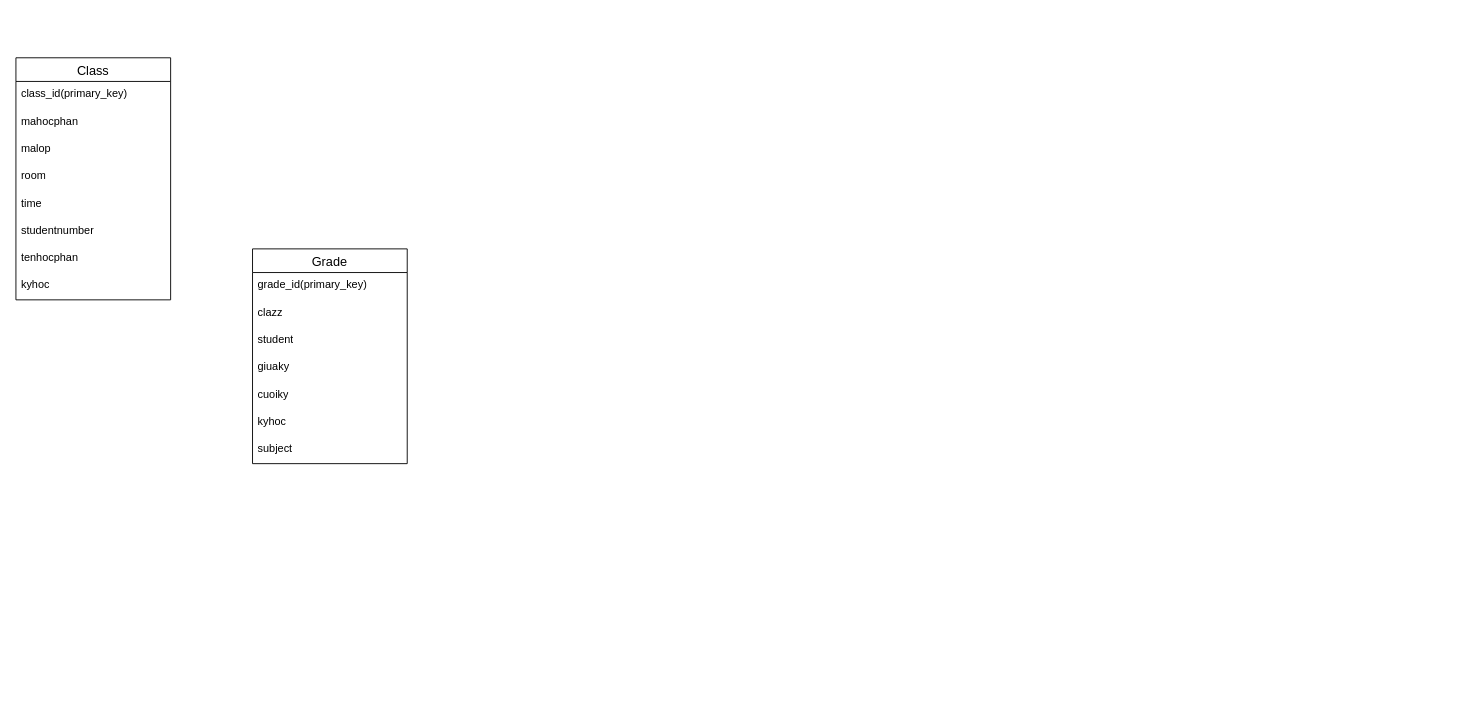
Before: ltnv.drawio in hieunv2011/StudentManagement_Backend, a draw.io diagram. Source tidied: cells renumbered, new cells numbered last; positions are measured from the earlier drawing's top-left corner, leaving out a move shared by most shapes. Both pictures are drawn from the tidied source at 91%, with x=0, y=0 at pixel (15, 57).
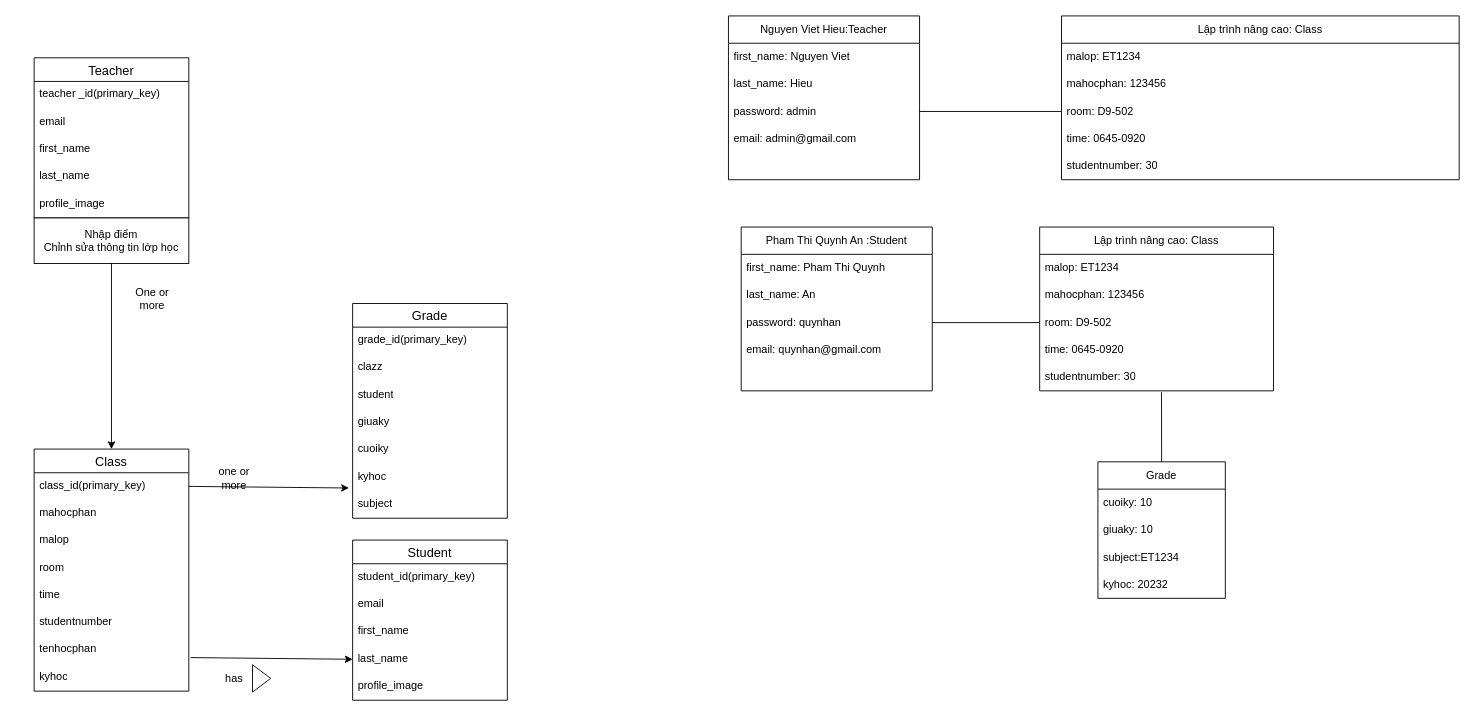
Above is the later version.

The change refers to these unchanged cells:
```xml
<mxCell id="3" value="class_id(primary_key)" style="text;strokeColor=none;fillColor=none;spacingLeft=4;spacingRight=4;overflow=hidden;points=[[0,0.5],[1,0.5]];portConstraint=eastwest;fontSize=12;whiteSpace=wrap;html=1;" parent="2" vertex="1">
  <mxGeometry y="26" width="170" height="30" as="geometry" />
</mxCell>
<mxCell id="9" value="tenhocphan" style="text;strokeColor=none;fillColor=none;spacingLeft=4;spacingRight=4;overflow=hidden;points=[[0,0.5],[1,0.5]];portConstraint=eastwest;fontSize=12;whiteSpace=wrap;html=1;" parent="2" vertex="1">
  <mxGeometry y="206" width="170" height="30" as="geometry" />
</mxCell>
<mxCell id="18" value="subject" style="text;strokeColor=none;fillColor=none;spacingLeft=4;spacingRight=4;overflow=hidden;points=[[0,0.5],[1,0.5]];portConstraint=eastwest;fontSize=12;whiteSpace=wrap;html=1;" parent="11" vertex="1">
  <mxGeometry y="206" width="170" height="30" as="geometry" />
</mxCell>
```

What changed in the source:
```diff
@@
     <mxCell id="2" value="Class" style="swimlane;fontStyle=0;horizontal=1;startSize=26;align=center;fontSize=14;" parent="1" vertex="1">
-      <mxGeometry width="170" height="266" as="geometry" />
+      <mxGeometry x="20" y="430" width="170" height="266" as="geometry" />
     </mxCell>
@@
     <mxCell id="11" value="Grade" style="swimlane;fontStyle=0;horizontal=1;startSize=26;align=center;fontSize=14;" parent="1" vertex="1">
-      <mxGeometry x="260" y="210" width="170" height="236" as="geometry" />
+      <mxGeometry x="370" y="270" width="170" height="236" as="geometry" />
     </mxCell>
@@
+    <mxCell id="19" value="Student" style="swimlane;fontStyle=0;horizontal=1;startSize=26;align=center;fontSize=14;" parent="1" vertex="1">
+      <mxGeometry x="370" y="530" width="170" height="176" as="geometry" />
+    </mxCell>
+    <mxCell id="20" value="student_id(primary_key)" style="text;strokeColor=none;fillColor=none;spacingLeft=4;spacingRight=4;overflow=hidden;fontSize=12;whiteSpace=wrap;html=1;" parent="19" vertex="1">
+      <mxGeometry y="26" width="170" height="30" as="geometry" />
+    </mxCell>
+    <mxCell id="21" value="email" style="text;strokeColor=none;fillColor=none;spacingLeft=4;spacingRight=4;overflow=hidden;fontSize=12;whiteSpace=wrap;html=1;" parent="19" vertex="1">
+      <mxGeometry y="56" width="170" height="30" as="geometry" />
+    </mxCell>
+    <mxCell id="22" value="first_name" style="text;strokeColor=none;fillColor=none;spacingLeft=4;spacingRight=4;overflow=hidden;fontSize=12;whiteSpace=wrap;html=1;" parent="19" vertex="1">
+      <mxGeometry y="86" width="170" height="30" as="geometry" />
+    </mxCell>
+    <mxCell id="23" value="last_name" style="text;strokeColor=none;fillColor=none;spacingLeft=4;spacingRight=4;overflow=hidden;points=[[0,0.5],[1,0.5]];portConstraint=eastwest;fontSize=12;whiteSpace=wrap;html=1;" parent="19" vertex="1">
+      <mxGeometry y="116" width="170" height="30" as="geometry" />
+    </mxCell>
+    <mxCell id="24" value="profile_image" style="text;strokeColor=none;fillColor=none;spacingLeft=4;spacingRight=4;overflow=hidden;fontSize=12;whiteSpace=wrap;html=1;" parent="19" vertex="1">
+      <mxGeometry y="146" width="170" height="30" as="geometry" />
+    </mxCell>
+    <mxCell id="25" value="Teacher" style="swimlane;fontStyle=0;horizontal=1;startSize=26;align=center;fontSize=14;" parent="1" vertex="1">
+      <mxGeometry x="20" width="170" height="176" as="geometry" />
+    </mxCell>
+    <mxCell id="26" value="teacher _id(primary_key)" style="text;strokeColor=none;fillColor=none;spacingLeft=4;spacingRight=4;overflow=hidden;fontSize=12;whiteSpace=wrap;html=1;" parent="25" vertex="1">
+      <mxGeometry y="26" width="170" height="30" as="geometry" />
+    </mxCell>
+    <mxCell id="27" value="email" style="text;strokeColor=none;fillColor=none;spacingLeft=4;spacingRight=4;overflow=hidden;fontSize=12;whiteSpace=wrap;html=1;" parent="25" vertex="1">
+      <mxGeometry y="56" width="170" height="30" as="geometry" />
+    </mxCell>
+    <mxCell id="28" value="first_name" style="text;strokeColor=none;fillColor=none;spacingLeft=4;spacingRight=4;overflow=hidden;fontSize=12;whiteSpace=wrap;html=1;" parent="25" vertex="1">
+      <mxGeometry y="86" width="170" height="30" as="geometry" />
+    </mxCell>
+    <mxCell id="29" value="last_name" style="text;strokeColor=none;fillColor=none;spacingLeft=4;spacingRight=4;overflow=hidden;fontSize=12;whiteSpace=wrap;html=1;" parent="25" vertex="1">
+      <mxGeometry y="116" width="170" height="30" as="geometry" />
+    </mxCell>
+    <mxCell id="30" value="profile_image" style="text;strokeColor=none;fillColor=none;spacingLeft=4;spacingRight=4;overflow=hidden;fontSize=12;whiteSpace=wrap;html=1;" parent="25" vertex="1">
+      <mxGeometry y="146" width="170" height="30" as="geometry" />
+    </mxCell>
+    <mxCell id="31" value="Nhập điểm&lt;div&gt;Chỉnh sửa thông tin lớp học&lt;/div&gt;" style="rounded=0;whiteSpace=wrap;html=1;" parent="1" vertex="1">
+      <mxGeometry x="20" y="176" width="170" height="50" as="geometry" />
+    </mxCell>
+    <mxCell id="32" style="endArrow=classic;html=1;rounded=0;exitX=1.011;exitY=0.771;exitDx=0;exitDy=0;exitPerimeter=0;entryX=0;entryY=0.5;entryDx=0;entryDy=0;" parent="1" edge="1" source="9" target="23">
+      <mxGeometry relative="1" as="geometry" />
+    </mxCell>
+    <mxCell id="33" value="has" style="text;html=1;align=center;verticalAlign=middle;whiteSpace=wrap;rounded=0;" parent="1" vertex="1">
+      <mxGeometry x="210" y="667" width="60" height="30" as="geometry" />
+    </mxCell>
+    <mxCell id="34" style="triangle;whiteSpace=wrap;html=1;" parent="1" vertex="1">
+      <mxGeometry x="260" y="667" width="20" height="30" as="geometry" />
+    </mxCell>
+    <mxCell id="35" style="endArrow=classic;html=1;rounded=0;exitX=0.5;exitY=1;exitDx=0;exitDy=0;entryX=0.5;entryY=0;entryDx=0;entryDy=0;" parent="1" edge="1" source="31" target="2">
+      <mxGeometry relative="1" as="geometry" />
+    </mxCell>
+    <mxCell id="36" value="One or more" style="text;html=1;align=center;verticalAlign=middle;whiteSpace=wrap;rounded=0;" parent="1" vertex="1">
+      <mxGeometry x="120" y="250" width="60" height="30" as="geometry" />
+    </mxCell>
+    <mxCell id="37" style="endArrow=classic;html=1;rounded=0;exitX=1;exitY=0.5;exitDx=0;exitDy=0;entryX=-0.024;entryY=-0.108;entryDx=0;entryDy=0;entryPerimeter=0;" parent="1" edge="1" source="3" target="18">
+      <mxGeometry relative="1" as="geometry" />
+    </mxCell>
+    <mxCell id="38" value="one or more" style="text;html=1;align=center;verticalAlign=middle;whiteSpace=wrap;rounded=0;" parent="1" vertex="1">
+      <mxGeometry x="210" y="447" width="60" height="30" as="geometry" />
+    </mxCell>
+    <mxCell id="39" value="Lập trình nâng cao: Class" style="swimlane;fontStyle=0;horizontal=1;startSize=30;whiteSpace=wrap;html=1;" parent="1" vertex="1">
+      <mxGeometry x="1149" y="-46" width="437" height="180" as="geometry" />
+    </mxCell>
+    <mxCell id="40" value="malop: ET1234" style="text;strokeColor=none;fillColor=none;align=left;verticalAlign=middle;spacingLeft=4;spacingRight=4;overflow=hidden;whiteSpace=wrap;html=1;" parent="39" vertex="1">
+      <mxGeometry y="30" width="437" height="30" as="geometry" />
+    </mxCell>
+    <mxCell id="41" value="mahocphan: 123456" style="text;strokeColor=none;fillColor=none;align=left;verticalAlign=middle;spacingLeft=4;spacingRight=4;overflow=hidden;whiteSpace=wrap;html=1;" parent="39" vertex="1">
+      <mxGeometry y="60" width="437" height="30" as="geometry" />
+    </mxCell>
+    <mxCell id="42" value="room: D9-502" style="text;strokeColor=none;fillColor=none;align=left;verticalAlign=middle;spacingLeft=4;spacingRight=4;overflow=hidden;points=[[0,0.5],[1,0.5]];portConstraint=eastwest;whiteSpace=wrap;html=1;" parent="39" vertex="1">
+      <mxGeometry y="90" width="437" height="30" as="geometry" />
+    </mxCell>
+    <mxCell id="43" value="time: 0645-0920&amp;nbsp;" style="text;strokeColor=none;fillColor=none;align=left;verticalAlign=middle;spacingLeft=4;spacingRight=4;overflow=hidden;whiteSpace=wrap;html=1;" parent="39" vertex="1">
+      <mxGeometry y="120" width="437" height="30" as="geometry" />
+    </mxCell>
+    <mxCell id="44" value="studentnumber: 30" style="text;strokeColor=none;fillColor=none;align=left;verticalAlign=middle;spacingLeft=4;spacingRight=4;overflow=hidden;whiteSpace=wrap;html=1;" parent="39" vertex="1">
+      <mxGeometry y="150" width="437" height="30" as="geometry" />
+    </mxCell>
+    <mxCell id="45" value="Nguyen Viet Hieu:Teacher" style="swimlane;fontStyle=0;horizontal=1;startSize=30;whiteSpace=wrap;html=1;" parent="1" vertex="1">
+      <mxGeometry x="783" y="-46" width="210" height="180" as="geometry" />
+    </mxCell>
+    <mxCell id="46" value="first_name: Nguyen Viet" style="text;strokeColor=none;fillColor=none;align=left;verticalAlign=middle;spacingLeft=4;spacingRight=4;overflow=hidden;whiteSpace=wrap;html=1;" parent="45" vertex="1">
+      <mxGeometry y="30" width="210" height="30" as="geometry" />
+    </mxCell>
+    <mxCell id="47" value="last_name: Hieu" style="text;strokeColor=none;fillColor=none;align=left;verticalAlign=middle;spacingLeft=4;spacingRight=4;overflow=hidden;whiteSpace=wrap;html=1;" parent="45" vertex="1">
+      <mxGeometry y="60" width="210" height="30" as="geometry" />
+    </mxCell>
+    <mxCell id="48" value="password: admin" style="text;strokeColor=none;fillColor=none;align=left;verticalAlign=middle;spacingLeft=4;spacingRight=4;overflow=hidden;points=[[0,0.5],[1,0.5]];portConstraint=eastwest;whiteSpace=wrap;html=1;" parent="45" vertex="1">
+      <mxGeometry y="90" width="210" height="30" as="geometry" />
+    </mxCell>
+    <mxCell id="49" value="email: admin@gmail.com" style="text;strokeColor=none;fillColor=none;align=left;verticalAlign=middle;spacingLeft=4;spacingRight=4;overflow=hidden;whiteSpace=wrap;html=1;" parent="45" vertex="1">
+      <mxGeometry y="120" width="210" height="30" as="geometry" />
+    </mxCell>
+    <mxCell id="50" style="text;strokeColor=none;fillColor=none;align=left;verticalAlign=middle;spacingLeft=4;spacingRight=4;overflow=hidden;whiteSpace=wrap;html=1;" parent="45" vertex="1">
+      <mxGeometry y="150" width="210" height="30" as="geometry" />
+    </mxCell>
+    <mxCell id="51" style="endArrow=none;html=1;rounded=0;exitX=1;exitY=0.5;exitDx=0;exitDy=0;entryX=0;entryY=0.5;entryDx=0;entryDy=0;" parent="1" edge="1" source="48" target="42">
+      <mxGeometry relative="1" as="geometry" />
+    </mxCell>
+    <mxCell id="52" value="Lập trình nâng cao: Class" style="swimlane;fontStyle=0;horizontal=1;startSize=30;whiteSpace=wrap;html=1;" parent="1" vertex="1">
+      <mxGeometry x="1125" y="186" width="257" height="180" as="geometry" />
+    </mxCell>
+    <mxCell id="53" value="malop: ET1234" style="text;strokeColor=none;fillColor=none;align=left;verticalAlign=middle;spacingLeft=4;spacingRight=4;overflow=hidden;whiteSpace=wrap;html=1;" parent="52" vertex="1">
+      <mxGeometry y="30" width="257" height="30" as="geometry" />
+    </mxCell>
+    <mxCell id="54" value="mahocphan: 123456" style="text;strokeColor=none;fillColor=none;align=left;verticalAlign=middle;spacingLeft=4;spacingRight=4;overflow=hidden;whiteSpace=wrap;html=1;" parent="52" vertex="1">
+      <mxGeometry y="60" width="257" height="30" as="geometry" />
+    </mxCell>
+    <mxCell id="55" value="room: D9-502" style="text;strokeColor=none;fillColor=none;align=left;verticalAlign=middle;spacingLeft=4;spacingRight=4;overflow=hidden;points=[[0,0.5],[1,0.5]];portConstraint=eastwest;whiteSpace=wrap;html=1;" parent="52" vertex="1">
+      <mxGeometry y="90" width="257" height="30" as="geometry" />
+    </mxCell>
+    <mxCell id="56" value="time: 0645-0920&amp;nbsp;" style="text;strokeColor=none;fillColor=none;align=left;verticalAlign=middle;spacingLeft=4;spacingRight=4;overflow=hidden;whiteSpace=wrap;html=1;" parent="52" vertex="1">
+      <mxGeometry y="120" width="257" height="30" as="geometry" />
+    </mxCell>
+    <mxCell id="57" value="studentnumber: 30" style="text;strokeColor=none;fillColor=none;align=left;verticalAlign=middle;spacingLeft=4;spacingRight=4;overflow=hidden;points=[[0,0.5],[1,0.5]];portConstraint=eastwest;whiteSpace=wrap;html=1;" parent="52" vertex="1">
+      <mxGeometry y="150" width="257" height="30" as="geometry" />
+    </mxCell>
+    <mxCell id="58" value="Pham Thi Quynh An :Student" style="swimlane;fontStyle=0;horizontal=1;startSize=30;whiteSpace=wrap;html=1;" parent="1" vertex="1">
+      <mxGeometry x="797" y="186" width="210" height="180" as="geometry" />
+    </mxCell>
+    <mxCell id="59" value="first_name: Pham Thi Quynh" style="text;strokeColor=none;fillColor=none;align=left;verticalAlign=middle;spacingLeft=4;spacingRight=4;overflow=hidden;whiteSpace=wrap;html=1;" parent="58" vertex="1">
+      <mxGeometry y="30" width="210" height="30" as="geometry" />
+    </mxCell>
+    <mxCell id="60" value="last_name: An" style="text;strokeColor=none;fillColor=none;align=left;verticalAlign=middle;spacingLeft=4;spacingRight=4;overflow=hidden;whiteSpace=wrap;html=1;" parent="58" vertex="1">
+      <mxGeometry y="60" width="210" height="30" as="geometry" />
+    </mxCell>
+    <mxCell id="61" value="password: quynhan" style="text;strokeColor=none;fillColor=none;align=left;verticalAlign=middle;spacingLeft=4;spacingRight=4;overflow=hidden;points=[[0,0.5],[1,0.5]];portConstraint=eastwest;whiteSpace=wrap;html=1;" parent="58" vertex="1">
+      <mxGeometry y="90" width="210" height="30" as="geometry" />
+    </mxCell>
+    <mxCell id="62" value="email: quynhan@gmail.com" style="text;strokeColor=none;fillColor=none;align=left;verticalAlign=middle;spacingLeft=4;spacingRight=4;overflow=hidden;whiteSpace=wrap;html=1;" parent="58" vertex="1">
+      <mxGeometry y="120" width="210" height="30" as="geometry" />
+    </mxCell>
+    <mxCell id="63" style="text;strokeColor=none;fillColor=none;align=left;verticalAlign=middle;spacingLeft=4;spacingRight=4;overflow=hidden;whiteSpace=wrap;html=1;" parent="58" vertex="1">
+      <mxGeometry y="150" width="210" height="30" as="geometry" />
+    </mxCell>
+    <mxCell id="64" style="endArrow=none;html=1;rounded=0;exitX=1;exitY=0.5;exitDx=0;exitDy=0;entryX=0;entryY=0.5;entryDx=0;entryDy=0;" parent="1" edge="1" source="61" target="55">
+      <mxGeometry relative="1" as="geometry" />
+    </mxCell>
+    <mxCell id="65" value="Grade" style="swimlane;fontStyle=0;horizontal=1;startSize=30;whiteSpace=wrap;html=1;" parent="1" vertex="1">
+      <mxGeometry x="1189" y="444" width="140" height="150" as="geometry" />
+    </mxCell>
+    <mxCell id="66" value="cuoiky: 10" style="text;strokeColor=none;fillColor=none;align=left;verticalAlign=middle;spacingLeft=4;spacingRight=4;overflow=hidden;whiteSpace=wrap;html=1;" parent="65" vertex="1">
+      <mxGeometry y="30" width="140" height="30" as="geometry" />
+    </mxCell>
+    <mxCell id="67" value="giuaky: 10" style="text;strokeColor=none;fillColor=none;align=left;verticalAlign=middle;spacingLeft=4;spacingRight=4;overflow=hidden;whiteSpace=wrap;html=1;" parent="65" vertex="1">
+      <mxGeometry y="60" width="140" height="30" as="geometry" />
+    </mxCell>
+    <mxCell id="68" value="subject:ET1234" style="text;strokeColor=none;fillColor=none;align=left;verticalAlign=middle;spacingLeft=4;spacingRight=4;overflow=hidden;whiteSpace=wrap;html=1;" parent="65" vertex="1">
+      <mxGeometry y="90" width="140" height="30" as="geometry" />
+    </mxCell>
+    <mxCell id="69" value="kyhoc: 20232" style="text;strokeColor=none;fillColor=none;align=left;verticalAlign=middle;spacingLeft=4;spacingRight=4;overflow=hidden;whiteSpace=wrap;html=1;" parent="65" vertex="1">
+      <mxGeometry y="120" width="140" height="30" as="geometry" />
+    </mxCell>
+    <mxCell id="70" style="endArrow=none;html=1;rounded=0;exitX=0.5;exitY=0;exitDx=0;exitDy=0;entryX=0.521;entryY=1.05;entryDx=0;entryDy=0;entryPerimeter=0;" parent="1" edge="1" source="65" target="57">
+      <mxGeometry relative="1" as="geometry" />
+    </mxCell>
```
